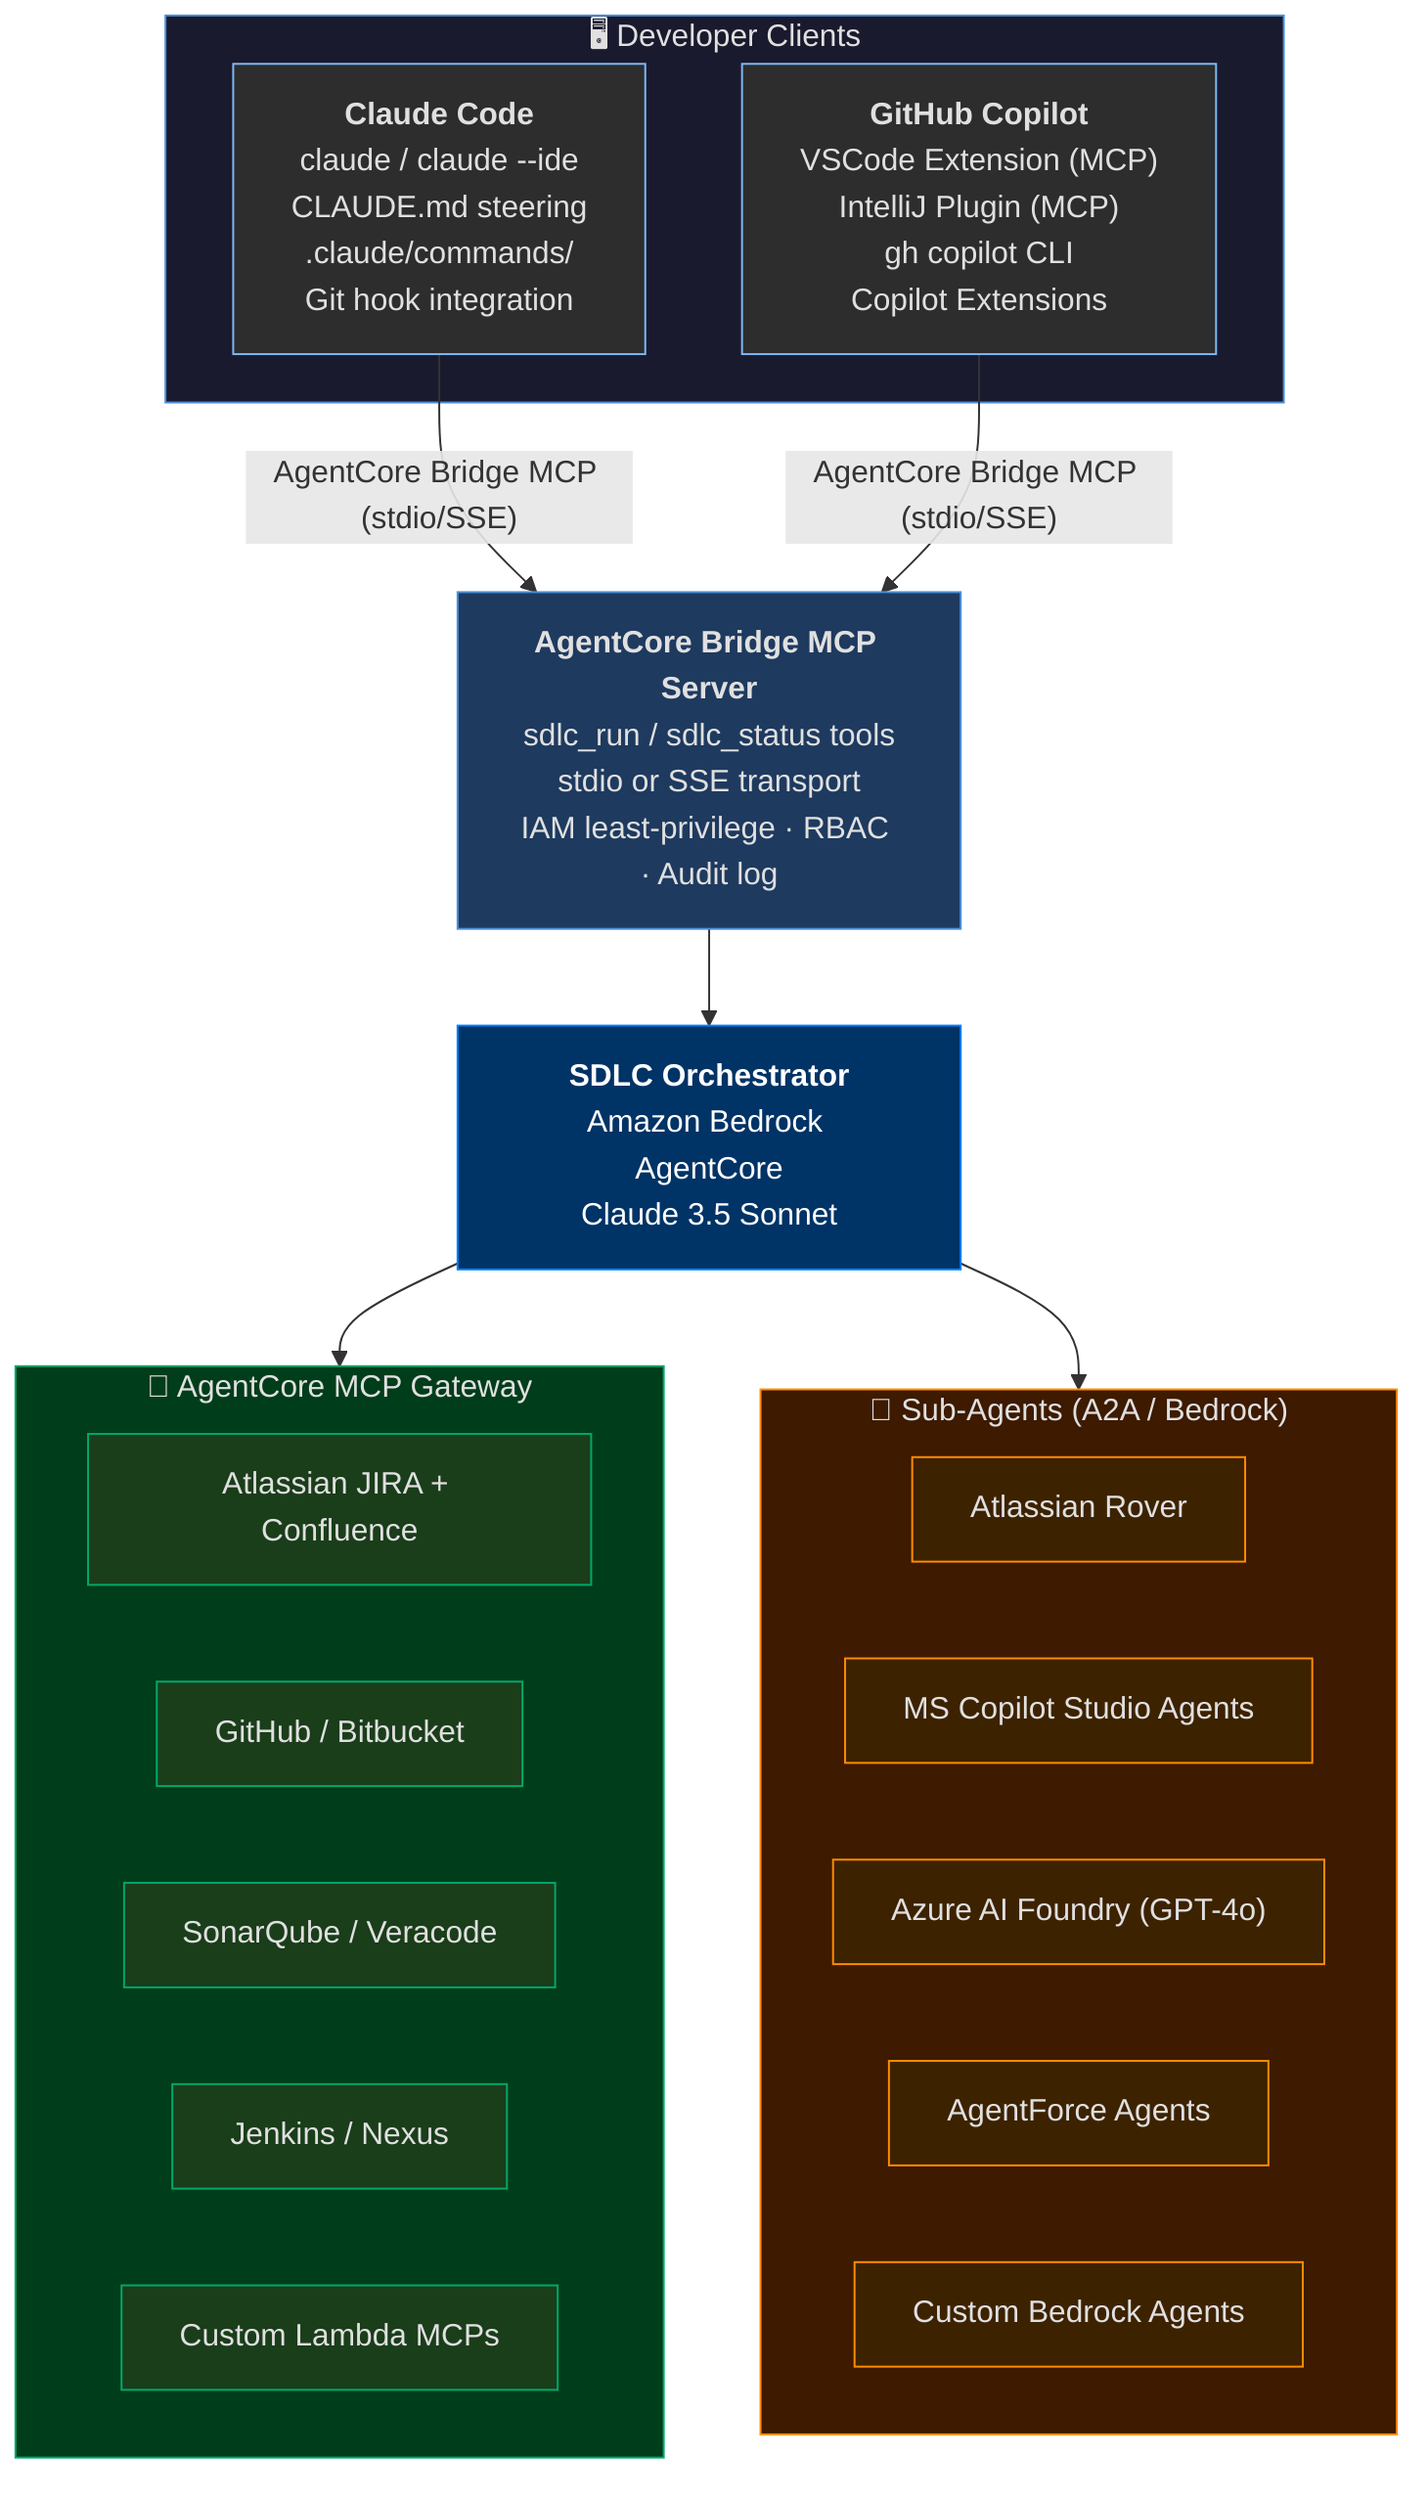
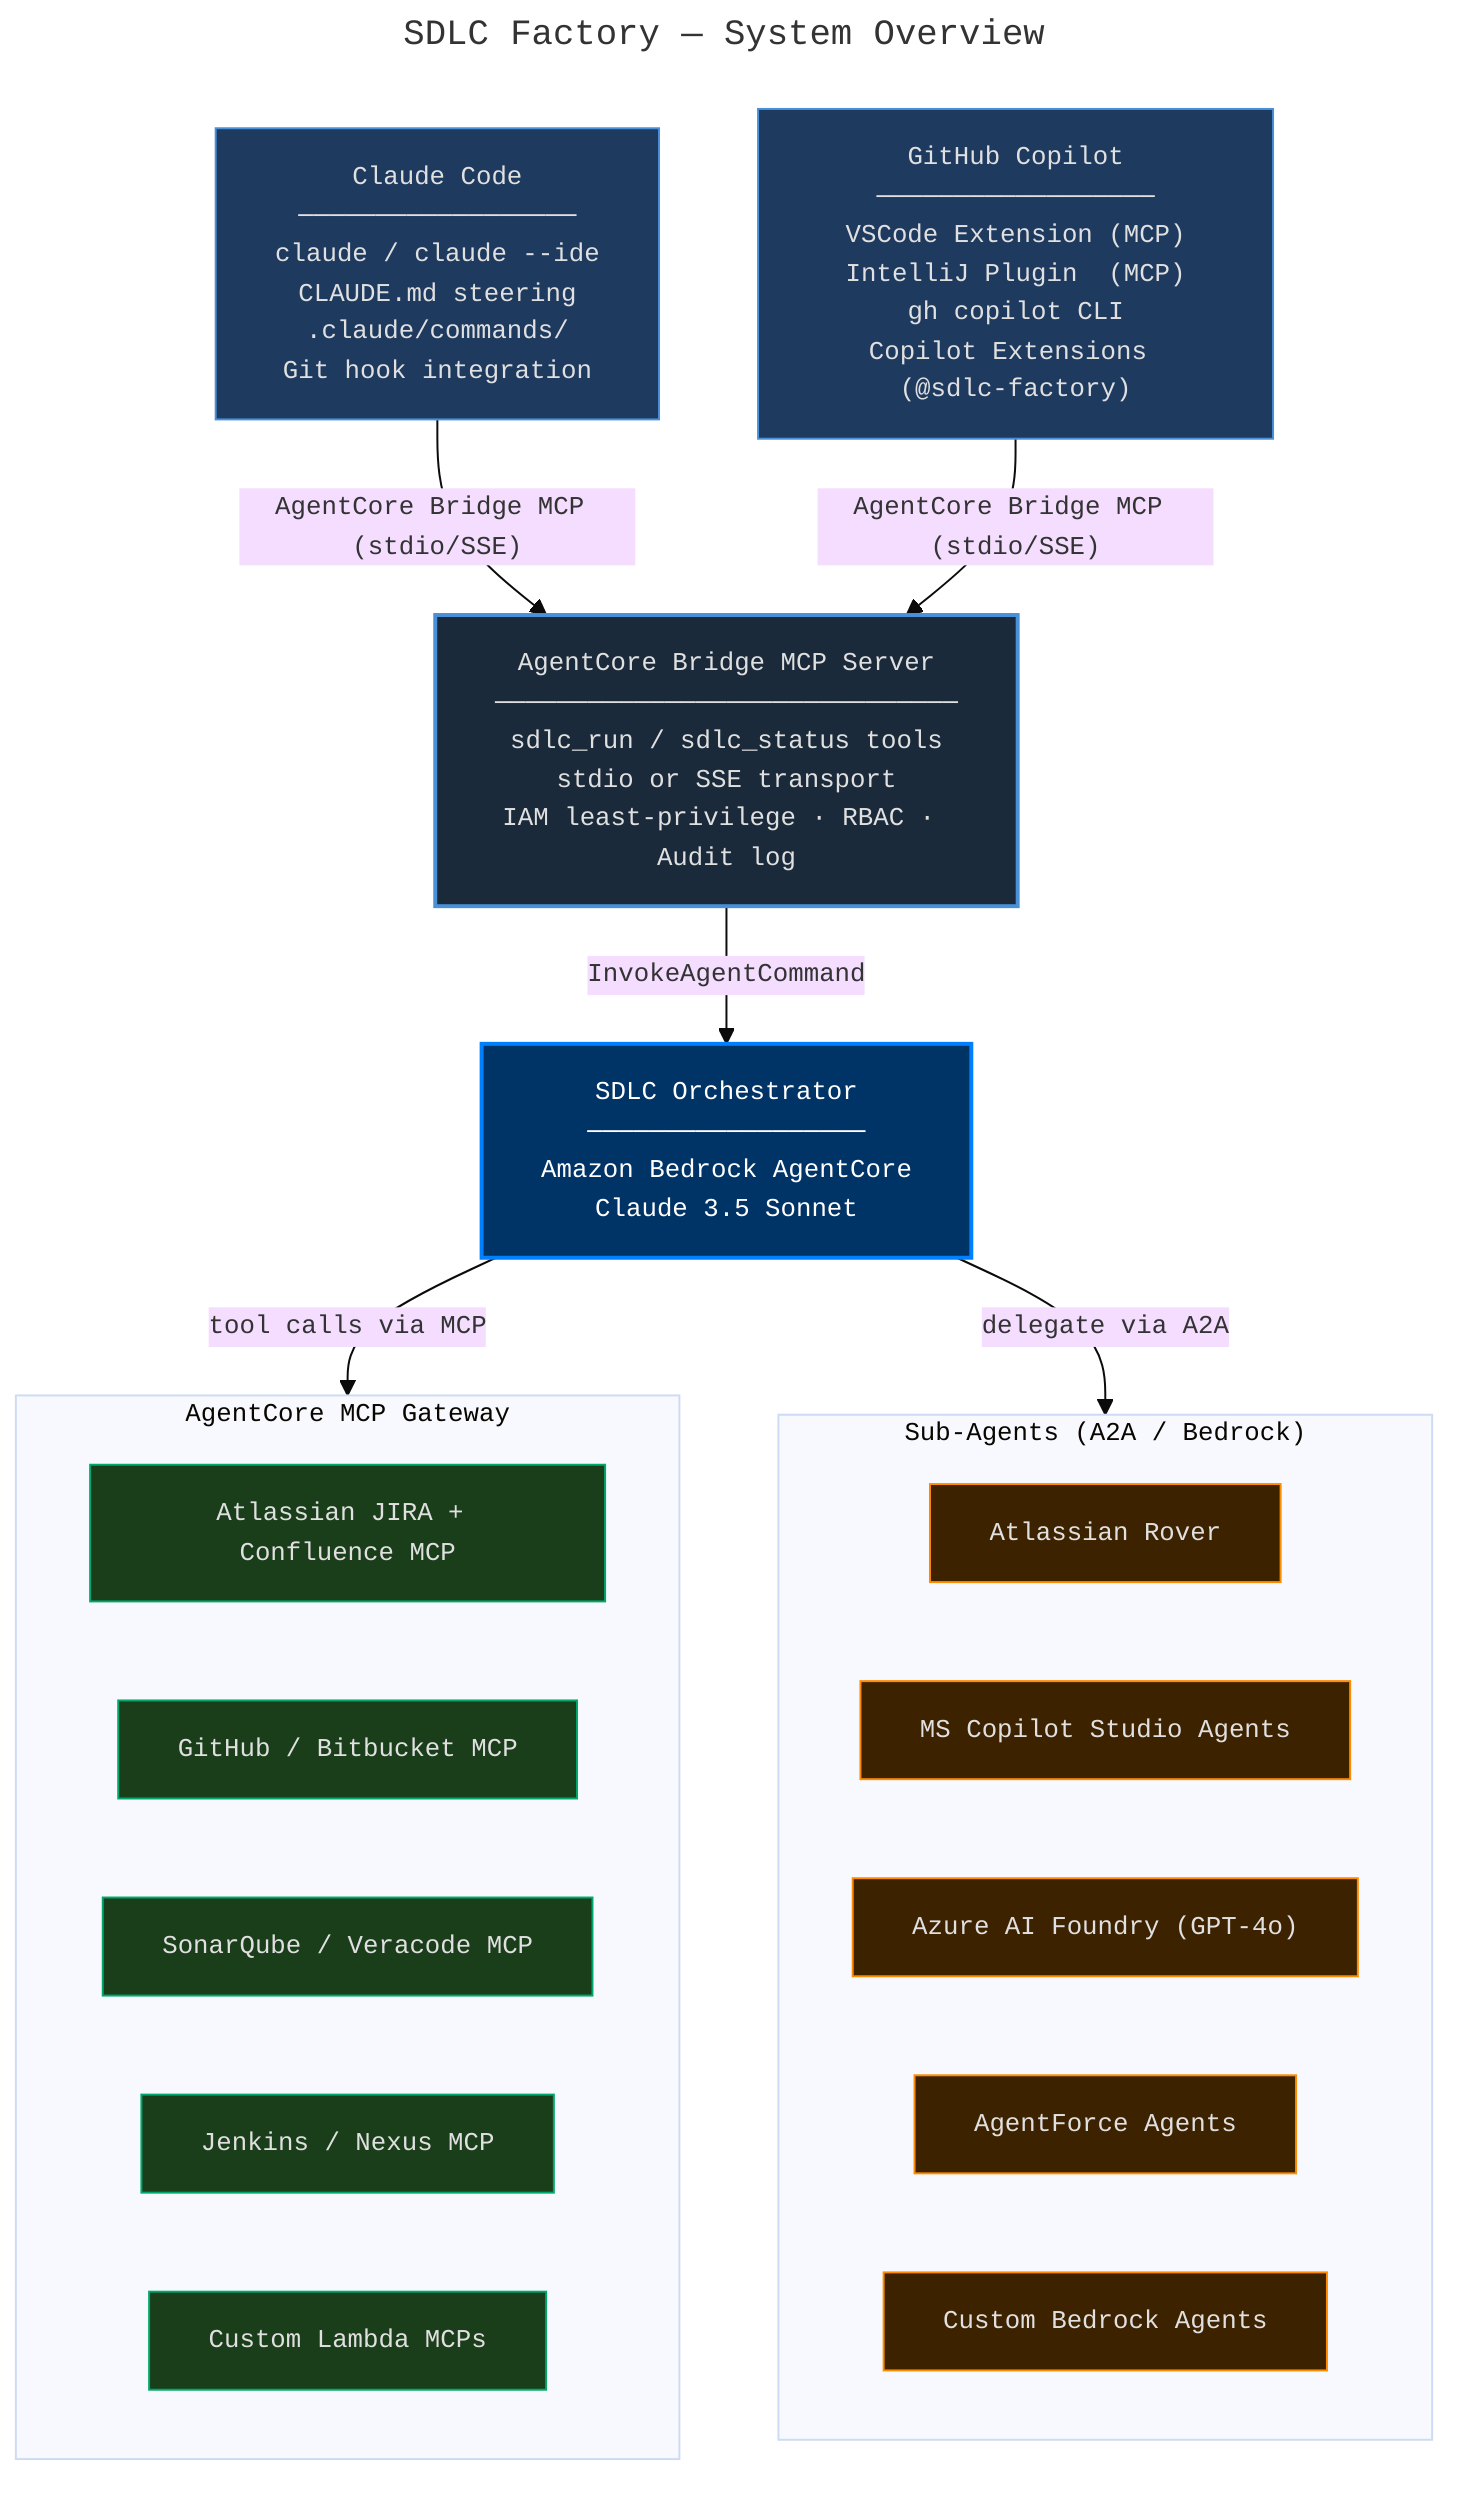
- flowchart TD
-     subgraph CLIENTS["🖥️ Developer Clients"]
-         CC["<b>Claude Code</b><br/>claude / claude --ide<br/>CLAUDE.md steering<br/>.claude/commands/<br/>Git hook integration"]
-         GH["<b>GitHub Copilot</b><br/>VSCode Extension (MCP)<br/>IntelliJ Plugin (MCP)<br/>gh copilot CLI<br/>Copilot Extensions"]
-     end
+ ---
+ title: "SDLC Factory — System Overview"
+ ---
+ %%{init: {'theme': 'base', 'themeVariables': {'fontSize': '13px', 'fontFamily': 'monospace'}}}%%
+ graph TD
+     CC["Claude Code\n──────────────────\nclaude / claude --ide\nCLAUDE.md steering\n.claude/commands/\nGit hook integration"]
+     GH["GitHub Copilot\n──────────────────\nVSCode Extension (MCP)\nIntelliJ Plugin  (MCP)\ngh copilot CLI\nCopilot Extensions (@sdlc-factory)"]

-     BRIDGE["<b>AgentCore Bridge MCP Server</b><br/>sdlc_run / sdlc_status tools<br/>stdio or SSE transport<br/>IAM least-privilege · RBAC · Audit log"]
+     BRIDGE["AgentCore Bridge MCP Server\n──────────────────────────────\nsdlc_run / sdlc_status tools\nstdio or SSE transport\nIAM least-privilege · RBAC · Audit log"]

    CC -- "AgentCore Bridge MCP (stdio/SSE)" --> BRIDGE
    GH -- "AgentCore Bridge MCP (stdio/SSE)" --> BRIDGE

-     ORCH["<b>SDLC Orchestrator</b><br/>Amazon Bedrock AgentCore<br/>Claude 3.5 Sonnet"]
+     ORCH["SDLC Orchestrator\n──────────────────\nAmazon Bedrock AgentCore\nClaude 3.5 Sonnet"]

-     BRIDGE --> ORCH
+     BRIDGE -- "InvokeAgentCommand" --> ORCH

-     subgraph GATEWAY["🔌 AgentCore MCP Gateway"]
-         G1["Atlassian JIRA + Confluence"]
-         G2["GitHub / Bitbucket"]
-         G3["SonarQube / Veracode"]
-         G4["Jenkins / Nexus"]
+     subgraph GATEWAY["AgentCore MCP Gateway"]
+         G1["Atlassian JIRA + Confluence MCP"]
+         G2["GitHub / Bitbucket MCP"]
+         G3["SonarQube / Veracode MCP"]
+         G4["Jenkins / Nexus MCP"]
        G5["Custom Lambda MCPs"]
    end

-     subgraph SUBAGENTS["🤖 Sub-Agents (A2A / Bedrock)"]
+     subgraph SUBAGENTS["Sub-Agents  (A2A / Bedrock)"]
        S1["Atlassian Rover"]
        S2["MS Copilot Studio Agents"]
-         S3["Azure AI Foundry (GPT-4o)"]
+         S3["Azure AI Foundry  (GPT-4o)"]
        S4["AgentForce Agents"]
        S5["Custom Bedrock Agents"]
    end

-     ORCH --> GATEWAY
-     ORCH --> SUBAGENTS
+     ORCH -- "tool calls via MCP" --> GATEWAY
+     ORCH -- "delegate via A2A" --> SUBAGENTS

-     style CLIENTS fill:#1a1a2e,color:#e0e0e0,stroke:#4a90d9
-     style CC fill:#2d2d2d,color:#e0e0e0,stroke:#7cb8f5
-     style GH fill:#2d2d2d,color:#e0e0e0,stroke:#7cb8f5
-     style BRIDGE fill:#1e3a5f,color:#e0e0e0,stroke:#4a90d9
-     style ORCH fill:#003366,color:#ffffff,stroke:#0080ff
-     style GATEWAY fill:#003d1a,color:#e0e0e0,stroke:#00a86b
-     style SUBAGENTS fill:#3d1a00,color:#e0e0e0,stroke:#ff8c00
-     style G1 fill:#1a3d1a,color:#e0e0e0,stroke:#00a86b
-     style G2 fill:#1a3d1a,color:#e0e0e0,stroke:#00a86b
-     style G3 fill:#1a3d1a,color:#e0e0e0,stroke:#00a86b
-     style G4 fill:#1a3d1a,color:#e0e0e0,stroke:#00a86b
-     style G5 fill:#1a3d1a,color:#e0e0e0,stroke:#00a86b
-     style S1 fill:#3d2200,color:#e0e0e0,stroke:#ff8c00
-     style S2 fill:#3d2200,color:#e0e0e0,stroke:#ff8c00
-     style S3 fill:#3d2200,color:#e0e0e0,stroke:#ff8c00
-     style S4 fill:#3d2200,color:#e0e0e0,stroke:#ff8c00
-     style S5 fill:#3d2200,color:#e0e0e0,stroke:#ff8c00
+     classDef client   fill:#1e3a5f,color:#e0e0e0,stroke:#4a90d9,stroke-width:1px
+     classDef bridge   fill:#1a2a3a,color:#e0e0e0,stroke:#4a90d9,stroke-width:2px
+     classDef orch     fill:#003366,color:#ffffff,stroke:#0080ff,stroke-width:2px
+     classDef gateway  fill:#1a3d1a,color:#e0e0e0,stroke:#00a86b,stroke-width:1px
+     classDef subagent fill:#3d2200,color:#e0e0e0,stroke:#ff8c00,stroke-width:1px
+ 
+     class CC,GH client
+     class BRIDGE bridge
+     class ORCH orch
+     class G1,G2,G3,G4,G5 gateway
+     class S1,S2,S3,S4,S5 subagent
